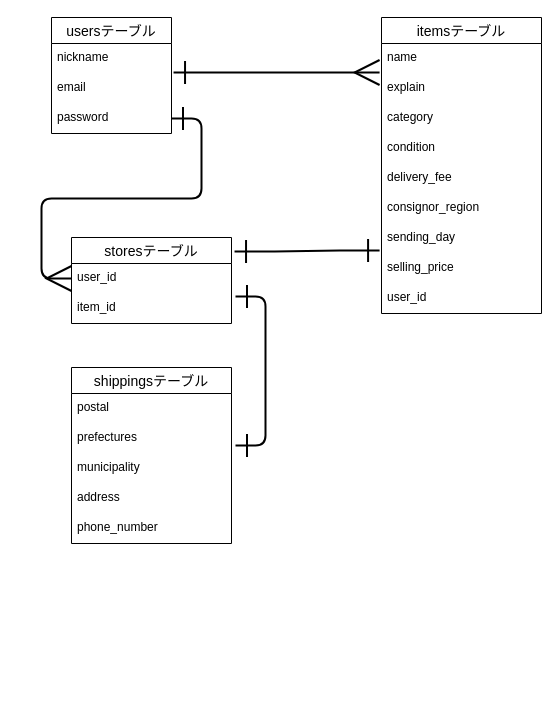
Above: ER.dio in komi-kazu/furima-35550 (draw.io), before the change. Source tidied: cells renumbered, new cells numbered last; positions are measured from the earlier drawing's top-left corner, leaving out a move shared by most shapes. Both pictures are drawn from the tidied source at 100%, with x=0, y=0 at pixel (51, 17).
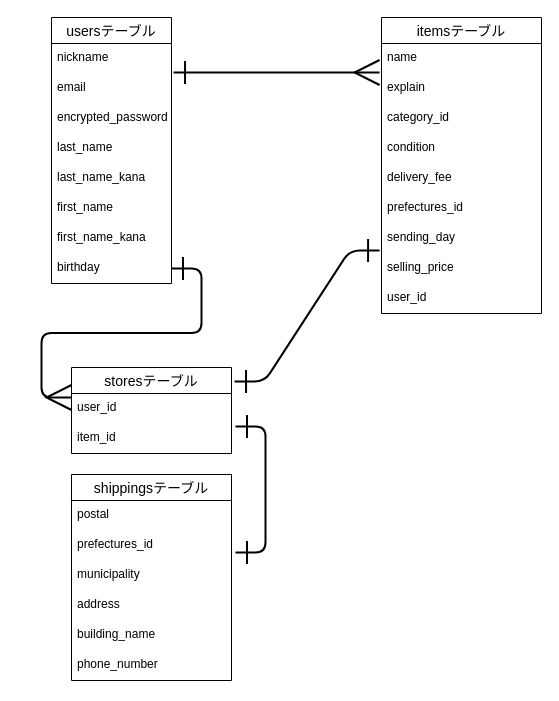
The same diagram, later.

Commit message (it also covers changes not shown here):
ER図、READMEの修正

The change refers to these unchanged cells:
```xml
<mxCell id="6" value="itemsテーブル" style="swimlane;fontStyle=0;horizontal=1;startSize=26;align=center;fontSize=14;" parent="1" vertex="1">
  <mxGeometry x="330" width="160" height="296" as="geometry" />
</mxCell>
```

Change to the diagram source:
```diff
@@
     <mxCell id="2" value="usersテーブル" style="swimlane;fontStyle=0;horizontal=1;startSize=26;align=center;fontSize=14;" parent="1" vertex="1">
-      <mxGeometry width="120" height="116" as="geometry" />
+      <mxGeometry width="120" height="266" as="geometry" />
     </mxCell>
@@
+    <mxCell id="30" value="encrypted_password" style="text;strokeColor=none;fillColor=none;spacingLeft=4;spacingRight=4;overflow=hidden;fontSize=12;" parent="2" vertex="1">
+      <mxGeometry y="86" width="120" height="30" as="geometry" />
+    </mxCell>
+    <mxCell id="31" value="last_name" style="text;strokeColor=none;fillColor=none;spacingLeft=4;spacingRight=4;overflow=hidden;fontSize=12;" parent="2" vertex="1">
+      <mxGeometry y="116" width="120" height="30" as="geometry" />
+    </mxCell>
+    <mxCell id="32" value="last_name_kana" style="text;strokeColor=none;fillColor=none;spacingLeft=4;spacingRight=4;overflow=hidden;fontSize=12;" parent="2" vertex="1">
+      <mxGeometry y="146" width="120" height="30" as="geometry" />
+    </mxCell>
+    <mxCell id="33" value="first_name" style="text;strokeColor=none;fillColor=none;spacingLeft=4;spacingRight=4;overflow=hidden;fontSize=12;" parent="2" vertex="1">
+      <mxGeometry y="176" width="120" height="30" as="geometry" />
+    </mxCell>
+    <mxCell id="34" value="first_name_kana" style="text;strokeColor=none;fillColor=none;spacingLeft=4;spacingRight=4;overflow=hidden;fontSize=12;" parent="2" vertex="1">
+      <mxGeometry y="206" width="120" height="30" as="geometry" />
+    </mxCell>
-    <mxCell id="5" value="password" style="text;strokeColor=none;fillColor=none;spacingLeft=4;spacingRight=4;overflow=hidden;points=[[0,0.5],[1,0.5]];portConstraint=eastwest;fontSize=12;" parent="2" vertex="1">
-      <mxGeometry y="86" width="120" height="30" as="geometry" />
+    <mxCell id="5" value="birthday" style="text;strokeColor=none;fillColor=none;spacingLeft=4;spacingRight=4;overflow=hidden;points=[[0,0.5],[1,0.5]];portConstraint=eastwest;fontSize=12;" parent="2" vertex="1">
+      <mxGeometry y="236" width="120" height="30" as="geometry" />
     </mxCell>
@@
-    <mxCell id="9" value="category" style="text;strokeColor=none;fillColor=none;spacingLeft=4;spacingRight=4;overflow=hidden;fontSize=12;" parent="6" vertex="1">
+    <mxCell id="9" value="category_id" style="text;strokeColor=none;fillColor=none;spacingLeft=4;spacingRight=4;overflow=hidden;fontSize=12;" parent="6" vertex="1">
       <mxGeometry y="86" width="160" height="30" as="geometry" />
     </mxCell>
@@
-    <mxCell id="12" value="consignor_region" style="text;strokeColor=none;fillColor=none;spacingLeft=4;spacingRight=4;overflow=hidden;fontSize=12;" parent="6" vertex="1">
+    <mxCell id="12" value="prefectures_id" style="text;strokeColor=none;fillColor=none;spacingLeft=4;spacingRight=4;overflow=hidden;fontSize=12;" parent="6" vertex="1">
       <mxGeometry y="176" width="160" height="30" as="geometry" />
     </mxCell>
@@
     <mxCell id="16" value="storesテーブル" style="swimlane;fontStyle=0;horizontal=1;startSize=26;align=center;fontSize=14;" parent="1" vertex="1">
-      <mxGeometry x="20" y="220" width="160" height="86" as="geometry" />
+      <mxGeometry x="20" y="350" width="160" height="86" as="geometry" />
     </mxCell>
@@
     <mxCell id="19" value="shippingsテーブル" style="swimlane;fontStyle=0;horizontal=1;startSize=26;align=center;fontSize=14;" parent="1" vertex="1">
-      <mxGeometry x="20" y="350" width="160" height="176" as="geometry" />
+      <mxGeometry x="20" y="457" width="160" height="206" as="geometry" />
     </mxCell>
@@
-    <mxCell id="21" value="prefectures" style="text;strokeColor=none;fillColor=none;spacingLeft=4;spacingRight=4;overflow=hidden;points=[[0,0.5],[1,0.5]];portConstraint=eastwest;fontSize=12;" parent="19" vertex="1">
+    <mxCell id="21" value="prefectures_id" style="text;strokeColor=none;fillColor=none;spacingLeft=4;spacingRight=4;overflow=hidden;points=[[0,0.5],[1,0.5]];portConstraint=eastwest;fontSize=12;" parent="19" vertex="1">
       <mxGeometry y="56" width="160" height="30" as="geometry" />
     </mxCell>
@@
+    <mxCell id="35" value="address" style="text;strokeColor=none;fillColor=none;spacingLeft=4;spacingRight=4;overflow=hidden;fontSize=12;" parent="19" vertex="1">
+      <mxGeometry y="116" width="160" height="30" as="geometry" />
+    </mxCell>
-    <mxCell id="23" value="address" style="text;strokeColor=none;fillColor=none;spacingLeft=4;spacingRight=4;overflow=hidden;fontSize=12;" parent="19" vertex="1">
-      <mxGeometry y="116" width="160" height="30" as="geometry" />
+    <mxCell id="23" value="building_name" style="text;strokeColor=none;fillColor=none;spacingLeft=4;spacingRight=4;overflow=hidden;fontSize=12;" parent="19" vertex="1">
+      <mxGeometry y="146" width="160" height="30" as="geometry" />
     </mxCell>
     <mxCell id="24" value="phone_number" style="text;strokeColor=none;fillColor=none;spacingLeft=4;spacingRight=4;overflow=hidden;fontSize=12;" parent="19" vertex="1">
-      <mxGeometry y="146" width="160" height="30" as="geometry" />
+      <mxGeometry y="176" width="160" height="30" as="geometry" />
     </mxCell>
@@
     <mxCell id="27" style="edgeStyle=entityRelationEdgeStyle;fontSize=12;html=1;endArrow=ERmany;startArrow=ERone;strokeWidth=2;targetPerimeterSpacing=1;endFill=0;startFill=0;endSize=22;startSize=20;sketch=0;" parent="1" edge="1" source="5">
       <mxGeometry relative="1" as="geometry">
-        <mxPoint x="20" y="261" as="targetPoint" />
+        <mxPoint x="20" y="380" as="targetPoint" />
       </mxGeometry>
     </mxCell>
```
